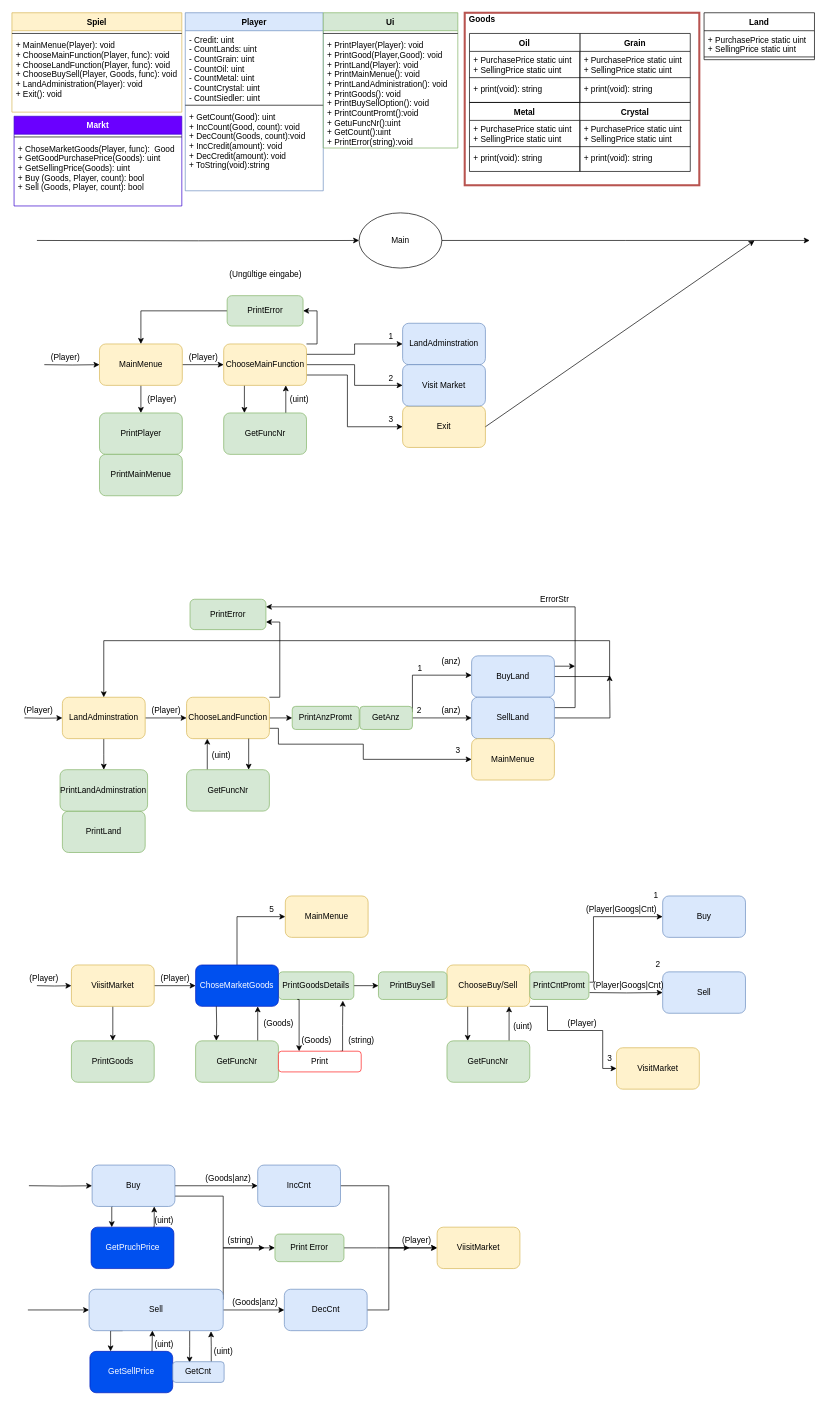
Above: Aufgabe_12/FlowDiagrammA12.drawio in Voxel07/Systemarchitektur.NET (draw.io), before the change. Source tidied: cells renumbered, new cells numbered last; positions are measured from the earlier drawing's top-left corner, leaving out a move shared by most shapes. Both pictures are drawn from the tidied source at 69%, with x=0, y=0 at pixel (12, 12).
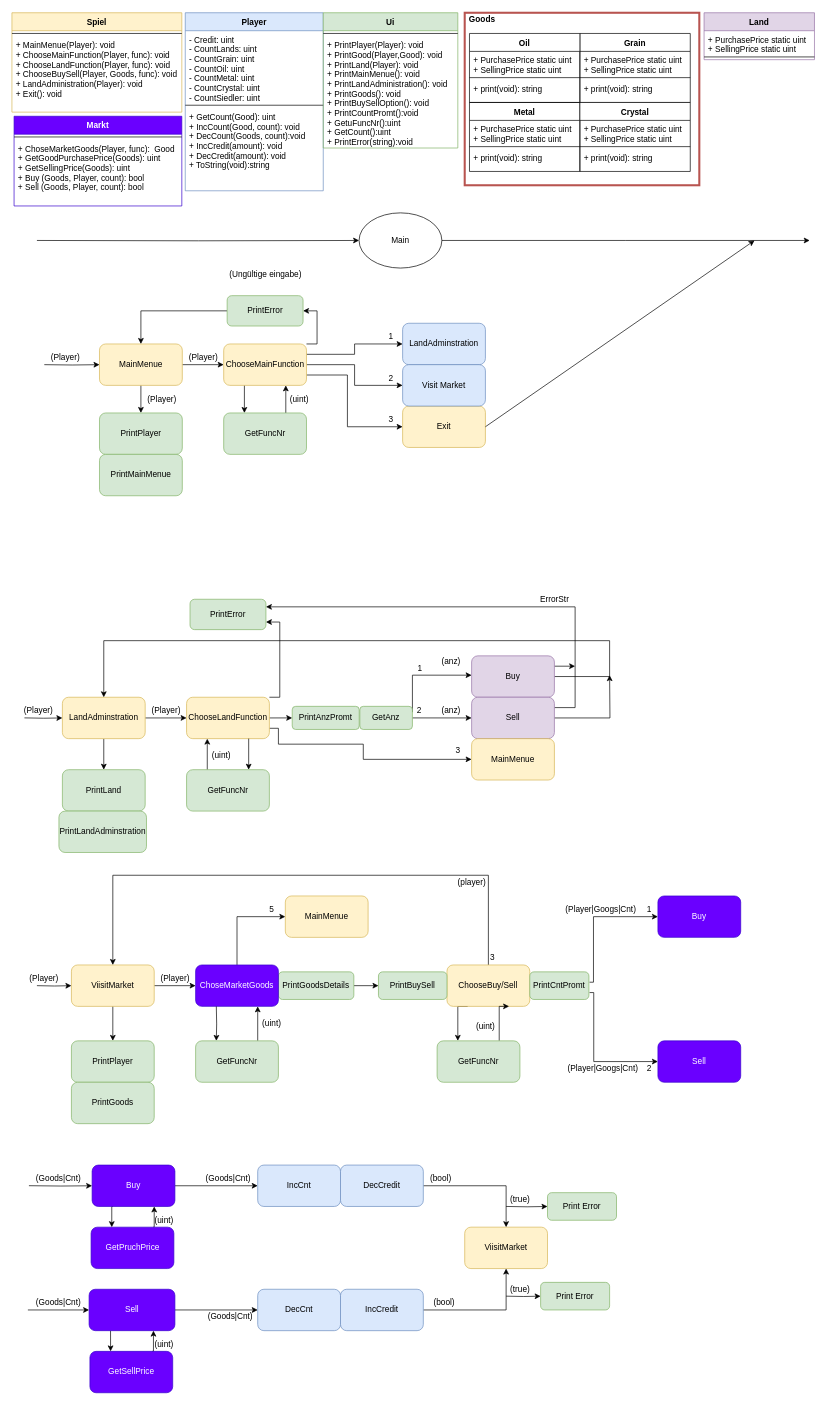
Above is the later version.

The change refers to these unchanged cells:
```xml
<mxCell id="5" value="LandAdminstration" style="rounded=1;whiteSpace=wrap;html=1;fillColor=#fff2cc;strokeColor=#d6b656;" parent="1" vertex="1">
  <mxGeometry x="72.9" y="992" width="120" height="60" as="geometry" />
</mxCell>
<mxCell id="86" value="ViisitMarket" style="rounded=1;whiteSpace=wrap;html=1;fillColor=#fff2cc;strokeColor=#d6b656;" parent="1" vertex="1">
  <mxGeometry x="86" y="1380" width="120" height="60" as="geometry" />
</mxCell>
<mxCell id="108" value="ChooseBuy/Sell" style="rounded=1;whiteSpace=wrap;html=1;fillColor=#fff2cc;strokeColor=#d6b656;" parent="1" vertex="1">
  <mxGeometry x="630.3" y="1380" width="120" height="60" as="geometry" />
</mxCell>
<mxCell id="110" value="PrintGoodsDetails" style="rounded=1;whiteSpace=wrap;html=1;fillColor=#d5e8d4;strokeColor=#82b366;" parent="1" vertex="1">
  <mxGeometry x="386" y="1390" width="109.3" height="40" as="geometry" />
</mxCell>
<mxCell id="160" value="IncCnt" style="whiteSpace=wrap;html=1;rounded=1;fillColor=#dae8fc;strokeColor=#6c8ebf;" parent="1" vertex="1">
  <mxGeometry x="356" y="1670" width="120" height="60" as="geometry" />
</mxCell>
```

Diff of the diagram source:
```diff
@@
-    <mxCell id="2" style="edgeStyle=orthogonalEdgeStyle;rounded=0;jettySize=auto;html=1;exitX=0.5;exitY=1;exitDx=0;exitDy=0;entryX=0.5;entryY=0;entryDx=0;entryDy=0;" parent="1" edge="1" source="5" target="17">
-      <mxGeometry relative="1" as="geometry" />
-    </mxCell>
@@
+    <mxCell id="173" style="edgeStyle=orthogonalEdgeStyle;rounded=0;jettySize=auto;html=1;exitX=0.5;exitY=1;exitDx=0;exitDy=0;entryX=0.5;entryY=0;entryDx=0;entryDy=0;" parent="1" edge="1" source="5" target="16">
+      <mxGeometry relative="1" as="geometry" />
+    </mxCell>
@@
     <mxCell id="16" value="PrintLand" style="rounded=1;whiteSpace=wrap;html=1;fillColor=#d5e8d4;strokeColor=#82b366;" parent="1" vertex="1">
-      <mxGeometry x="72.9" y="1157" width="120" height="60" as="geometry" />
+      <mxGeometry x="72.9" y="1097" width="120" height="60" as="geometry" />
     </mxCell>
     <mxCell id="17" value="PrintLandAdminstration" style="rounded=1;whiteSpace=wrap;html=1;fillColor=#d5e8d4;strokeColor=#82b366;" parent="1" vertex="1">
-      <mxGeometry x="69.5" y="1097" width="126.9" height="60" as="geometry" />
+      <mxGeometry x="67.9" y="1157" width="126.9" height="60" as="geometry" />
     </mxCell>
@@
-    <mxCell id="48" value="Land" style="swimlane;fontStyle=1;align=center;verticalAlign=top;horizontal=1;startSize=26;" parent="1" vertex="1">
+    <mxCell id="48" value="Land" style="swimlane;fontStyle=1;align=center;verticalAlign=top;horizontal=1;startSize=26;fillColor=#e1d5e7;strokeColor=#9673a6;" parent="1" vertex="1">
       <mxGeometry x="1002.9" width="160" height="68" as="geometry" />
     </mxCell>
@@
-    <mxCell id="89" value="BuyLand" style="rounded=1;whiteSpace=wrap;html=1;fillColor=#dae8fc;strokeColor=#6c8ebf;" parent="1" vertex="1">
+    <mxCell id="89" value="Buy" style="rounded=1;whiteSpace=wrap;html=1;fillColor=#e1d5e7;strokeColor=#9673a6;" parent="1" vertex="1">
       <mxGeometry x="666" y="932" width="120" height="60" as="geometry" />
     </mxCell>
@@
-    <mxCell id="92" value="SellLand" style="rounded=1;whiteSpace=wrap;html=1;fillColor=#dae8fc;strokeColor=#6c8ebf;" parent="1" vertex="1">
+    <mxCell id="92" value="Sell" style="rounded=1;whiteSpace=wrap;html=1;fillColor=#e1d5e7;strokeColor=#9673a6;" parent="1" vertex="1">
       <mxGeometry x="666" y="992" width="120" height="60" as="geometry" />
     </mxCell>
@@
-    <mxCell id="105" value="PrintGoods" style="rounded=1;whiteSpace=wrap;html=1;fillColor=#d5e8d4;strokeColor=#82b366;" parent="1" vertex="1">
+    <mxCell id="105" value="PrintPlayer" style="rounded=1;whiteSpace=wrap;html=1;fillColor=#d5e8d4;strokeColor=#82b366;" parent="1" vertex="1">
       <mxGeometry x="86" y="1490" width="120" height="60" as="geometry" />
     </mxCell>
     <mxCell id="106" style="edgeStyle=orthogonalEdgeStyle;rounded=0;jettySize=auto;html=1;exitX=0.25;exitY=1;exitDx=0;exitDy=0;entryX=0.25;entryY=0;entryDx=0;entryDy=0;" parent="1" edge="1" source="108" target="116">
-      <mxGeometry relative="1" as="geometry" />
+      <mxGeometry relative="1" as="geometry">
+        <Array as="points">
+          <mxPoint x="646" y="1440" />
+        </Array>
+      </mxGeometry>
     </mxCell>
-    <mxCell id="107" style="edgeStyle=orthogonalEdgeStyle;rounded=0;jettySize=auto;html=1;exitX=1;exitY=1;exitDx=0;exitDy=0;entryX=0;entryY=0.5;entryDx=0;entryDy=0;" parent="1" edge="1" source="108" target="166">
-      <mxGeometry relative="1" as="geometry">
-        <Array as="points">
-          <mxPoint x="776" y="1440" />
-          <mxPoint x="776" y="1475" />
-          <mxPoint x="856" y="1475" />
-          <mxPoint x="856" y="1530" />
-        </Array>
-      </mxGeometry>
-    </mxCell>
+    <mxCell id="174" style="edgeStyle=orthogonalEdgeStyle;rounded=0;jettySize=auto;html=1;exitX=0.5;exitY=0;exitDx=0;exitDy=0;entryX=0.5;entryY=0;entryDx=0;entryDy=0;" parent="1" edge="1" source="108" target="86">
+      <mxGeometry relative="1" as="geometry">
+        <Array as="points">
+          <mxPoint x="690" y="1250" />
+          <mxPoint x="146" y="1250" />
+        </Array>
+      </mxGeometry>
+    </mxCell>
@@
-    <mxCell id="111" style="edgeStyle=orthogonalEdgeStyle;rounded=0;jettySize=auto;html=1;exitX=0.75;exitY=0;exitDx=0;exitDy=0;entryX=0.472;entryY=0.997;entryDx=0;entryDy=0;entryPerimeter=0;" parent="1" edge="1" source="112" target="144">
+    <mxCell id="111" style="edgeStyle=orthogonalEdgeStyle;rounded=0;jettySize=auto;html=1;exitX=0.75;exitY=0;exitDx=0;exitDy=0;entryX=0.75;entryY=1;entryDx=0;entryDy=0;" parent="1" edge="1" source="112" target="144">
       <mxGeometry relative="1" as="geometry" />
     </mxCell>
-    <mxCell id="112" value="GetSellPrice" style="rounded=1;whiteSpace=wrap;html=1;fillColor=#0050ef;strokeColor=#001DBC;fontColor=#ffffff;" parent="1" vertex="1">
+    <mxCell id="112" value="GetSellPrice" style="rounded=1;whiteSpace=wrap;html=1;fillColor=#6a00ff;strokeColor=#3700CC;fontColor=#ffffff;" parent="1" vertex="1">
       <mxGeometry x="112.8" y="1940" width="120" height="60" as="geometry" />
     </mxCell>
@@
-    <mxCell id="114" value="GetPruchPrice" style="rounded=1;whiteSpace=wrap;html=1;fillColor=#0050ef;strokeColor=#001DBC;fontColor=#ffffff;" parent="1" vertex="1">
+    <mxCell id="114" value="GetPruchPrice" style="rounded=1;whiteSpace=wrap;html=1;fillColor=#6a00ff;strokeColor=#3700CC;fontColor=#ffffff;" parent="1" vertex="1">
       <mxGeometry x="114.5" y="1760" width="120" height="60" as="geometry" />
     </mxCell>
     <mxCell id="115" style="edgeStyle=orthogonalEdgeStyle;rounded=0;jettySize=auto;html=1;exitX=0.75;exitY=0;exitDx=0;exitDy=0;entryX=0.75;entryY=1;entryDx=0;entryDy=0;" parent="1" edge="1" source="116" target="108">
-      <mxGeometry relative="1" as="geometry" />
+      <mxGeometry relative="1" as="geometry">
+        <Array as="points">
+          <mxPoint x="706" y="1440" />
+        </Array>
+      </mxGeometry>
     </mxCell>
     <mxCell id="116" value="GetFuncNr" style="rounded=1;whiteSpace=wrap;html=1;fillColor=#d5e8d4;strokeColor=#82b366;" parent="1" vertex="1">
-      <mxGeometry x="630.3" y="1490" width="120" height="60" as="geometry" />
+      <mxGeometry x="616" y="1490" width="120" height="60" as="geometry" />
     </mxCell>
     <mxCell id="117" value="(uint)" style="text;html=1;align=center;verticalAlign=middle;" parent="1" vertex="1">
-      <mxGeometry x="720.3" y="1460" width="40" height="20" as="geometry" />
+      <mxGeometry x="666" y="1460" width="40" height="20" as="geometry" />
     </mxCell>
@@
-    <mxCell id="119" value="ChoseMarketGoods" style="rounded=1;whiteSpace=wrap;html=1;shadow=0;glass=0;sketch=0;strokeWidth=1;fillColor=#0050ef;strokeColor=#001DBC;fontColor=#ffffff;" parent="1" vertex="1">
+    <mxCell id="119" value="ChoseMarketGoods" style="rounded=1;whiteSpace=wrap;html=1;shadow=0;glass=0;sketch=0;strokeWidth=1;fillColor=#6a00ff;strokeColor=#3700CC;fontColor=#ffffff;" parent="1" vertex="1">
       <mxGeometry x="266" y="1380" width="120" height="60" as="geometry" />
     </mxCell>
@@
-    <mxCell id="123" value="(Goods)" style="text;html=1;align=center;verticalAlign=middle;" parent="1" vertex="1">
-      <mxGeometry x="356" y="1455" width="60" height="20" as="geometry" />
+    <mxCell id="123" value="(uint)" style="text;html=1;align=center;verticalAlign=middle;" parent="1" vertex="1">
+      <mxGeometry x="356" y="1455" width="40" height="20" as="geometry" />
     </mxCell>
@@
     <mxCell id="128" style="edgeStyle=orthogonalEdgeStyle;rounded=0;jettySize=auto;html=1;exitX=1;exitY=0.5;exitDx=0;exitDy=0;entryX=0;entryY=0.5;entryDx=0;entryDy=0;" parent="1" edge="1" target="131">
       <mxGeometry relative="1" as="geometry">
         <mxPoint x="837" y="1420" as="sourcePoint" />
+        <Array as="points">
+          <mxPoint x="843" y="1420" />
+          <mxPoint x="843" y="1520" />
+        </Array>
       </mxGeometry>
     </mxCell>
@@
-    <mxCell id="130" value="Buy" style="rounded=1;whiteSpace=wrap;html=1;fillColor=#dae8fc;strokeColor=#6c8ebf;" parent="1" vertex="1">
-      <mxGeometry x="942.9" y="1280" width="120" height="60" as="geometry" />
+    <mxCell id="130" value="Buy" style="rounded=1;whiteSpace=wrap;html=1;fillColor=#6a00ff;strokeColor=#3700CC;fontColor=#ffffff;" parent="1" vertex="1">
+      <mxGeometry x="936" y="1280" width="120" height="60" as="geometry" />
     </mxCell>
-    <mxCell id="131" value="Sell" style="rounded=1;whiteSpace=wrap;html=1;fillColor=#dae8fc;strokeColor=#6c8ebf;" parent="1" vertex="1">
-      <mxGeometry x="942.9" y="1390" width="120" height="60" as="geometry" />
+    <mxCell id="131" value="Sell" style="rounded=1;whiteSpace=wrap;html=1;fillColor=#6a00ff;strokeColor=#3700CC;fontColor=#ffffff;" parent="1" vertex="1">
+      <mxGeometry x="936" y="1490" width="120" height="60" as="geometry" />
     </mxCell>
     <mxCell id="132" value="(Player|Googs|Cnt)" style="text;html=1;align=center;verticalAlign=middle;" parent="1" vertex="1">
-      <mxGeometry x="822.9" y="1290" width="120" height="20" as="geometry" />
+      <mxGeometry x="792.9" y="1290" width="120" height="20" as="geometry" />
     </mxCell>
     <mxCell id="133" value="(Player|Googs|Cnt)" style="text;html=1;align=center;verticalAlign=middle;" parent="1" vertex="1">
-      <mxGeometry x="832.6" y="1400" width="120" height="20" as="geometry" />
+      <mxGeometry x="796" y="1520" width="120" height="20" as="geometry" />
     </mxCell>
@@
-    <mxCell id="137" style="edgeStyle=orthogonalEdgeStyle;rounded=0;jettySize=auto;html=1;exitX=1;exitY=0.75;exitDx=0;exitDy=0;entryX=0;entryY=0.5;entryDx=0;entryDy=0;" parent="1" edge="1" source="138" target="156">
-      <mxGeometry relative="1" as="geometry">
-        <Array as="points">
-          <mxPoint x="306" y="1715" />
-          <mxPoint x="306" y="1790" />
-        </Array>
-      </mxGeometry>
-    </mxCell>
-    <mxCell id="138" value="Buy" style="rounded=1;whiteSpace=wrap;html=1;fillColor=#dae8fc;strokeColor=#6c8ebf;" parent="1" vertex="1">
+    <mxCell id="138" value="Buy" style="rounded=1;whiteSpace=wrap;html=1;fillColor=#6a00ff;strokeColor=#3700CC;fontColor=#ffffff;" parent="1" vertex="1">
       <mxGeometry x="116" y="1670" width="120" height="60" as="geometry" />
     </mxCell>
@@
-    <mxCell id="141" style="edgeStyle=orthogonalEdgeStyle;rounded=0;jettySize=auto;html=1;exitX=0.75;exitY=1;exitDx=0;exitDy=0;entryX=0.327;entryY=0.041;entryDx=0;entryDy=0;entryPerimeter=0;" parent="1" edge="1" source="144" target="153">
-      <mxGeometry relative="1" as="geometry" />
-    </mxCell>
@@
-    <mxCell id="143" style="edgeStyle=orthogonalEdgeStyle;rounded=0;jettySize=auto;html=1;exitX=1;exitY=0.25;exitDx=0;exitDy=0;" parent="1" edge="1" source="144">
-      <mxGeometry relative="1" as="geometry">
-        <mxPoint x="366" y="1790" as="targetPoint" />
-        <Array as="points">
-          <mxPoint x="306" y="1790" />
-        </Array>
-      </mxGeometry>
-    </mxCell>
-    <mxCell id="144" value="Sell" style="rounded=1;whiteSpace=wrap;html=1;fillColor=#dae8fc;strokeColor=#6c8ebf;" parent="1" vertex="1">
-      <mxGeometry x="111.6" y="1850" width="194.4" height="60" as="geometry" />
+    <mxCell id="144" value="Sell" style="rounded=1;whiteSpace=wrap;html=1;fillColor=#6a00ff;strokeColor=#3700CC;fontColor=#ffffff;" parent="1" vertex="1">
+      <mxGeometry x="111.6" y="1850" width="124.4" height="60" as="geometry" />
     </mxCell>
@@
-    <mxCell id="147" style="edgeStyle=orthogonalEdgeStyle;rounded=0;jettySize=auto;html=1;exitX=0.25;exitY=1;exitDx=0;exitDy=0;entryX=0.25;entryY=0;entryDx=0;entryDy=0;" parent="1" edge="1" source="110" target="149">
-      <mxGeometry relative="1" as="geometry">
-        <Array as="points">
-          <mxPoint x="416" y="1430" />
-        </Array>
-      </mxGeometry>
-    </mxCell>
-    <mxCell id="148" style="edgeStyle=orthogonalEdgeStyle;rounded=0;jettySize=auto;html=1;exitX=0.75;exitY=0;exitDx=0;exitDy=0;entryX=0.854;entryY=1.044;entryDx=0;entryDy=0;entryPerimeter=0;" parent="1" edge="1" source="149" target="110">
-      <mxGeometry relative="1" as="geometry">
-        <Array as="points">
-          <mxPoint x="479" y="1505" />
-          <mxPoint x="479" y="1468" />
-          <mxPoint x="479" y="1468" />
-        </Array>
-      </mxGeometry>
-    </mxCell>
-    <mxCell id="149" value="&lt;font color=&quot;#000000&quot;&gt;Print&lt;/font&gt;" style="rounded=1;whiteSpace=wrap;html=1;fontColor=#ffffff;strokeColor=#FF1C1C;" parent="1" vertex="1">
-      <mxGeometry x="386" y="1505" width="120" height="30" as="geometry" />
-    </mxCell>
-    <mxCell id="150" value="(Goods)" style="text;html=1;align=center;verticalAlign=middle;" parent="1" vertex="1">
-      <mxGeometry x="410.7" y="1480" width="60" height="20" as="geometry" />
-    </mxCell>
-    <mxCell id="151" value="(string)" style="text;html=1;align=center;verticalAlign=middle;" parent="1" vertex="1">
-      <mxGeometry x="481" y="1480" width="50" height="20" as="geometry" />
-    </mxCell>
-    <mxCell id="152" style="edgeStyle=orthogonalEdgeStyle;rounded=0;jettySize=auto;html=1;exitX=0.75;exitY=0;exitDx=0;exitDy=0;entryX=0.909;entryY=1.016;entryDx=0;entryDy=0;entryPerimeter=0;" parent="1" edge="1" source="153" target="144">
-      <mxGeometry relative="1" as="geometry" />
-    </mxCell>
-    <mxCell id="153" value="GetCnt" style="whiteSpace=wrap;html=1;rounded=1;fillColor=#dae8fc;strokeColor=#6c8ebf;" parent="1" vertex="1">
-      <mxGeometry x="232.9" y="1955" width="74.4" height="30" as="geometry" />
-    </mxCell>
-    <mxCell id="154" value="(uint)" style="text;html=1;align=center;verticalAlign=middle;" parent="1" vertex="1">
-      <mxGeometry x="286" y="1930" width="40" height="20" as="geometry" />
-    </mxCell>
-    <mxCell id="155" style="edgeStyle=orthogonalEdgeStyle;rounded=0;jettySize=auto;html=1;exitX=1;exitY=0.5;exitDx=0;exitDy=0;" parent="1" edge="1" source="156">
-      <mxGeometry relative="1" as="geometry">
-        <mxPoint x="576" y="1790" as="targetPoint" />
-      </mxGeometry>
-    </mxCell>
+    <mxCell id="175" style="edgeStyle=orthogonalEdgeStyle;rounded=0;jettySize=auto;html=1;entryX=0;entryY=0.5;entryDx=0;entryDy=0;" parent="1" edge="1" target="156">
+      <mxGeometry relative="1" as="geometry">
+        <mxPoint x="716" y="1730" as="sourcePoint" />
+      </mxGeometry>
+    </mxCell>
     <mxCell id="156" value="Print Error" style="whiteSpace=wrap;html=1;rounded=1;fillColor=#d5e8d4;strokeColor=#82b366;" parent="1" vertex="1">
-      <mxGeometry x="381" y="1770" width="100" height="40" as="geometry" />
+      <mxGeometry x="776" y="1710" width="100" height="40" as="geometry" />
     </mxCell>
-    <mxCell id="157" style="edgeStyle=orthogonalEdgeStyle;rounded=0;jettySize=auto;html=1;exitX=1;exitY=0.5;exitDx=0;exitDy=0;entryX=0;entryY=0.5;entryDx=0;entryDy=0;" parent="1" edge="1" source="158" target="161">
-      <mxGeometry relative="1" as="geometry">
-        <Array as="points">
-          <mxPoint x="546" y="1880" />
-          <mxPoint x="546" y="1790" />
-        </Array>
-      </mxGeometry>
-    </mxCell>
     <mxCell id="158" value="DecCnt" style="whiteSpace=wrap;html=1;rounded=1;fillColor=#dae8fc;strokeColor=#6c8ebf;" parent="1" vertex="1">
-      <mxGeometry x="394.6" y="1850" width="120" height="60" as="geometry" />
+      <mxGeometry x="356" y="1850" width="120" height="60" as="geometry" />
     </mxCell>
-    <mxCell id="159" style="edgeStyle=orthogonalEdgeStyle;rounded=0;jettySize=auto;html=1;exitX=1;exitY=0.5;exitDx=0;exitDy=0;entryX=0;entryY=0.5;entryDx=0;entryDy=0;" parent="1" edge="1" source="160" target="161">
-      <mxGeometry relative="1" as="geometry" />
-    </mxCell>
@@
     <mxCell id="161" value="ViisitMarket" style="rounded=1;whiteSpace=wrap;html=1;fillColor=#fff2cc;strokeColor=#d6b656;" parent="1" vertex="1">
-      <mxGeometry x="616" y="1760" width="120" height="60" as="geometry" />
+      <mxGeometry x="656" y="1760" width="120" height="60" as="geometry" />
     </mxCell>
-    <mxCell id="162" value="(Player)" style="text;html=1;align=center;verticalAlign=middle;" parent="1" vertex="1">
-      <mxGeometry x="556" y="1770" width="60" height="20" as="geometry" />
-    </mxCell>
-    <mxCell id="163" value="(Goods|anz)" style="text;html=1;align=center;verticalAlign=middle;" parent="1" vertex="1">
-      <mxGeometry x="272.9" y="1680" width="80" height="20" as="geometry" />
+    <mxCell id="163" value="(Goods|Cnt)" style="text;html=1;align=center;verticalAlign=middle;" parent="1" vertex="1">
+      <mxGeometry x="26.7" y="1860" width="80" height="20" as="geometry" />
     </mxCell>
-    <mxCell id="164" value="(Goods|anz)" style="text;html=1;align=center;verticalAlign=middle;" parent="1" vertex="1">
-      <mxGeometry x="311.7" y="1860" width="80" height="20" as="geometry" />
+    <mxCell id="164" value="(Goods|Cnt)" style="text;html=1;align=center;verticalAlign=middle;" parent="1" vertex="1">
+      <mxGeometry x="276" y="1880" width="80" height="20" as="geometry" />
     </mxCell>
-    <mxCell id="165" value="(string)" style="text;html=1;align=center;verticalAlign=middle;" parent="1" vertex="1">
-      <mxGeometry x="306" y="1770" width="50" height="20" as="geometry" />
-    </mxCell>
-    <mxCell id="166" value="VisitMarket" style="whiteSpace=wrap;html=1;rounded=1;fillColor=#fff2cc;strokeColor=#d6b656;" parent="1" vertex="1">
-      <mxGeometry x="876" y="1500" width="120" height="60" as="geometry" />
-    </mxCell>
-    <mxCell id="167" value="(Player)" style="text;html=1;align=center;verticalAlign=middle;" parent="1" vertex="1">
-      <mxGeometry x="796" y="1455" width="60" height="20" as="geometry" />
-    </mxCell>
@@
-    <mxCell id="170" value="3" style="text;html=1;align=center;verticalAlign=middle;" parent="1" vertex="1">
-      <mxGeometry x="856" y="1505" width="20" height="20" as="geometry" />
-    </mxCell>
     <mxCell id="171" value="1" style="text;html=1;align=center;verticalAlign=middle;" parent="1" vertex="1">
-      <mxGeometry x="922.9" y="1270" width="20" height="20" as="geometry" />
+      <mxGeometry x="912.9" y="1290" width="20" height="20" as="geometry" />
     </mxCell>
     <mxCell id="172" value="2" style="text;html=1;align=center;verticalAlign=middle;" parent="1" vertex="1">
-      <mxGeometry x="926" y="1370" width="20" height="20" as="geometry" />
+      <mxGeometry x="912.9" y="1520" width="20" height="20" as="geometry" />
     </mxCell>
+    <mxCell id="176" value="PrintGoods" style="rounded=1;whiteSpace=wrap;html=1;fillColor=#d5e8d4;strokeColor=#82b366;" parent="1" vertex="1">
+      <mxGeometry x="86" y="1550" width="120" height="60" as="geometry" />
+    </mxCell>
+    <mxCell id="170" value="3" style="text;html=1;align=center;verticalAlign=middle;" parent="1" vertex="1">
+      <mxGeometry x="686" y="1360" width="20" height="20" as="geometry" />
+    </mxCell>
+    <mxCell id="177" value="(player)" style="text;html=1;align=center;verticalAlign=middle;" parent="1" vertex="1">
+      <mxGeometry x="636" y="1250" width="60" height="20" as="geometry" />
+    </mxCell>
+    <mxCell id="178" value="(Goods|Cnt)" style="text;html=1;align=center;verticalAlign=middle;" parent="1" vertex="1">
+      <mxGeometry x="26.7" y="1680" width="80" height="20" as="geometry" />
+    </mxCell>
+    <mxCell id="179" style="edgeStyle=orthogonalEdgeStyle;rounded=0;jettySize=auto;html=1;exitX=1;exitY=0.5;exitDx=0;exitDy=0;entryX=0.5;entryY=1;entryDx=0;entryDy=0;" parent="1" edge="1" source="180" target="161">
+      <mxGeometry relative="1" as="geometry" />
+    </mxCell>
+    <mxCell id="180" value="IncCredit" style="whiteSpace=wrap;html=1;rounded=1;fillColor=#dae8fc;strokeColor=#6c8ebf;" parent="1" vertex="1">
+      <mxGeometry x="476" y="1850" width="120" height="60" as="geometry" />
+    </mxCell>
+    <mxCell id="181" style="edgeStyle=orthogonalEdgeStyle;rounded=0;jettySize=auto;html=1;exitX=1;exitY=0.5;exitDx=0;exitDy=0;entryX=0.5;entryY=0;entryDx=0;entryDy=0;" parent="1" edge="1" source="182" target="161">
+      <mxGeometry relative="1" as="geometry">
+        <Array as="points">
+          <mxPoint x="716" y="1700" />
+        </Array>
+      </mxGeometry>
+    </mxCell>
+    <mxCell id="182" value="DecCredit" style="whiteSpace=wrap;html=1;rounded=1;fillColor=#dae8fc;strokeColor=#6c8ebf;" parent="1" vertex="1">
+      <mxGeometry x="476" y="1670" width="120" height="60" as="geometry" />
+    </mxCell>
+    <mxCell id="183" value="(Goods|Cnt)" style="text;html=1;align=center;verticalAlign=middle;" parent="1" vertex="1">
+      <mxGeometry x="272.9" y="1680" width="80" height="20" as="geometry" />
+    </mxCell>
+    <mxCell id="184" value="(bool)" style="text;html=1;align=center;verticalAlign=middle;" parent="1" vertex="1">
+      <mxGeometry x="601" y="1860" width="50" height="20" as="geometry" />
+    </mxCell>
+    <mxCell id="185" value="(bool)" style="text;html=1;align=center;verticalAlign=middle;" parent="1" vertex="1">
+      <mxGeometry x="596" y="1680" width="50" height="20" as="geometry" />
+    </mxCell>
+    <mxCell id="186" style="edgeStyle=orthogonalEdgeStyle;rounded=0;jettySize=auto;html=1;entryX=0;entryY=0.5;entryDx=0;entryDy=0;" parent="1" edge="1" target="187">
+      <mxGeometry relative="1" as="geometry">
+        <mxPoint x="716" y="1860" as="sourcePoint" />
+      </mxGeometry>
+    </mxCell>
+    <mxCell id="187" value="Print Error" style="whiteSpace=wrap;html=1;rounded=1;fillColor=#d5e8d4;strokeColor=#82b366;" parent="1" vertex="1">
+      <mxGeometry x="766" y="1840" width="100" height="40" as="geometry" />
+    </mxCell>
+    <mxCell id="188" value="(true)" style="text;html=1;align=center;verticalAlign=middle;" parent="1" vertex="1">
+      <mxGeometry x="716" y="1710" width="40" height="20" as="geometry" />
+    </mxCell>
+    <mxCell id="189" value="(true)" style="text;html=1;align=center;verticalAlign=middle;" parent="1" vertex="1">
+      <mxGeometry x="716" y="1840" width="40" height="20" as="geometry" />
+    </mxCell>
```
